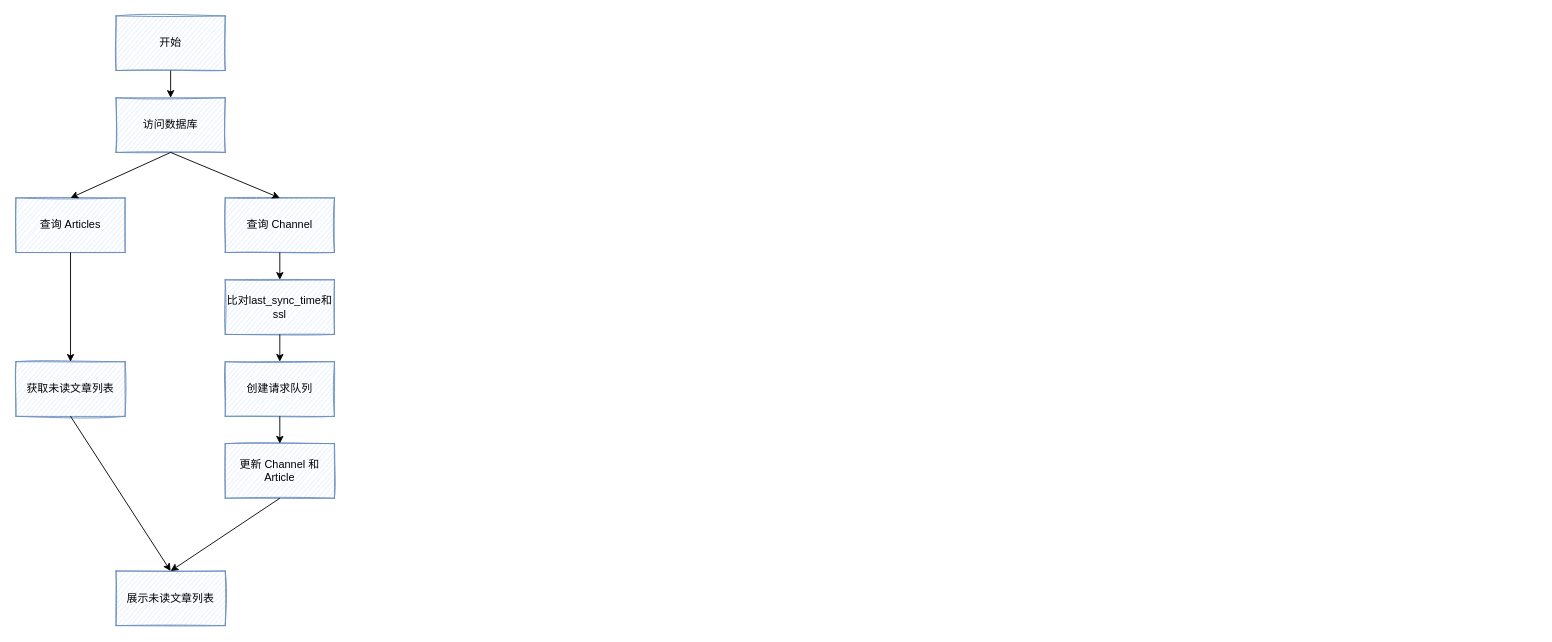
Above: Untitled Diagram.drawio in zhanglun/lettura (draw.io), before the change. Source tidied: cells renumbered, new cells numbered last; positions are measured from the earlier drawing's top-left corner, leaving out a move shared by most shapes. Both pictures are drawn from the tidied source at 91%, with x=0, y=0 at pixel (15, 15).
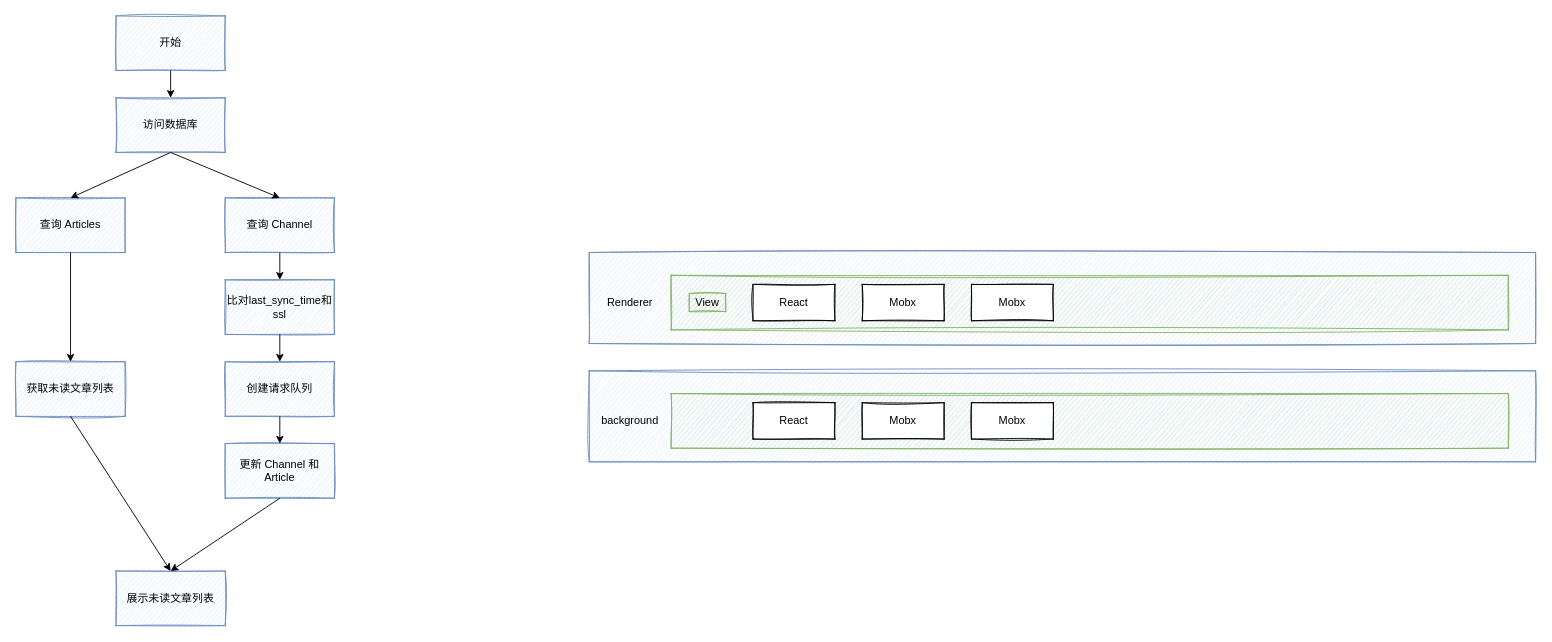
The same diagram, later.

The edit, as a diff of the source:
```diff
@@
+    <mxCell id="20" style="rounded=0;whiteSpace=wrap;html=1;shadow=0;sketch=1;fillColor=#dae8fc;strokeColor=#6c8ebf;" parent="1" vertex="1">
+      <mxGeometry x="630" y="260" width="1040" height="100" as="geometry" />
+    </mxCell>
+    <mxCell id="21" value="Renderer" style="text;html=1;strokeColor=none;fillColor=none;align=center;verticalAlign=middle;whiteSpace=wrap;rounded=0;shadow=0;sketch=1;" parent="1" vertex="1">
+      <mxGeometry x="630" y="300" width="90" height="30" as="geometry" />
+    </mxCell>
+    <mxCell id="22" style="rounded=0;whiteSpace=wrap;html=1;shadow=0;sketch=1;fillColor=#d5e8d4;strokeColor=#82b366;" parent="1" vertex="1">
+      <mxGeometry x="720" y="285" width="920" height="60" as="geometry" />
+    </mxCell>
+    <mxCell id="23" value="View" style="text;html=1;strokeColor=#82b366;fillColor=#d5e8d4;align=center;verticalAlign=middle;whiteSpace=wrap;rounded=0;shadow=0;sketch=1;" parent="1" vertex="1">
+      <mxGeometry x="740" y="305" width="40" height="20" as="geometry" />
+    </mxCell>
+    <mxCell id="24" value="React" style="rounded=0;whiteSpace=wrap;html=1;shadow=0;sketch=1;" parent="1" vertex="1">
+      <mxGeometry x="810" y="295" width="90" height="40" as="geometry" />
+    </mxCell>
+    <mxCell id="25" value="Mobx" style="rounded=0;whiteSpace=wrap;html=1;shadow=0;sketch=1;" parent="1" vertex="1">
+      <mxGeometry x="930" y="295" width="90" height="40" as="geometry" />
+    </mxCell>
+    <mxCell id="26" value="Mobx" style="rounded=0;whiteSpace=wrap;html=1;shadow=0;sketch=1;" parent="1" vertex="1">
+      <mxGeometry x="1050" y="295" width="90" height="40" as="geometry" />
+    </mxCell>
+    <mxCell id="27" style="rounded=0;whiteSpace=wrap;html=1;shadow=0;sketch=1;fillColor=#dae8fc;strokeColor=#6c8ebf;" parent="1" vertex="1">
+      <mxGeometry x="630" y="390" width="1040" height="100" as="geometry" />
+    </mxCell>
+    <mxCell id="28" value="background" style="text;html=1;strokeColor=none;fillColor=none;align=center;verticalAlign=middle;whiteSpace=wrap;rounded=0;shadow=0;sketch=1;" parent="1" vertex="1">
+      <mxGeometry x="630" y="430" width="90" height="30" as="geometry" />
+    </mxCell>
+    <mxCell id="29" style="rounded=0;whiteSpace=wrap;html=1;shadow=0;sketch=1;fillColor=#d5e8d4;strokeColor=#82b366;" parent="1" vertex="1">
+      <mxGeometry x="720" y="415" width="920" height="60" as="geometry" />
+    </mxCell>
+    <mxCell id="30" value="React" style="rounded=0;whiteSpace=wrap;html=1;shadow=0;sketch=1;" parent="1" vertex="1">
+      <mxGeometry x="810" y="425" width="90" height="40" as="geometry" />
+    </mxCell>
+    <mxCell id="31" value="Mobx" style="rounded=0;whiteSpace=wrap;html=1;shadow=0;sketch=1;" parent="1" vertex="1">
+      <mxGeometry x="930" y="425" width="90" height="40" as="geometry" />
+    </mxCell>
+    <mxCell id="32" value="Mobx" style="rounded=0;whiteSpace=wrap;html=1;shadow=0;sketch=1;" parent="1" vertex="1">
+      <mxGeometry x="1050" y="425" width="90" height="40" as="geometry" />
+    </mxCell>
```
